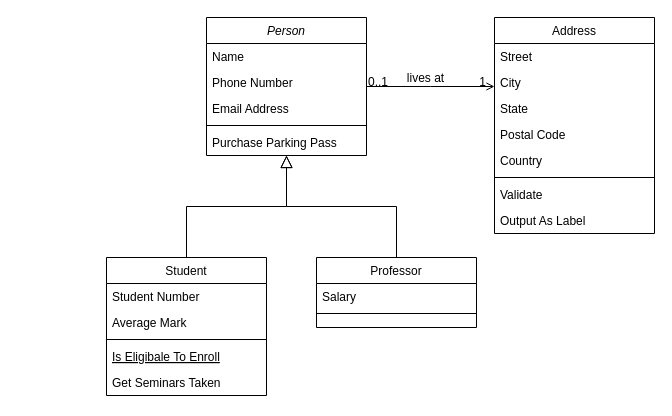
Before: Act 16 restaurante.drawio in CynthiaMaldonadoR/hello-world, a draw.io diagram. Source tidied: cells renumbered, new cells numbered last; positions are measured from the earlier drawing's top-left corner, leaving out a move shared by most shapes. Both pictures are drawn from the tidied source at 100%, with x=0, y=0 at pixel (106, 17).
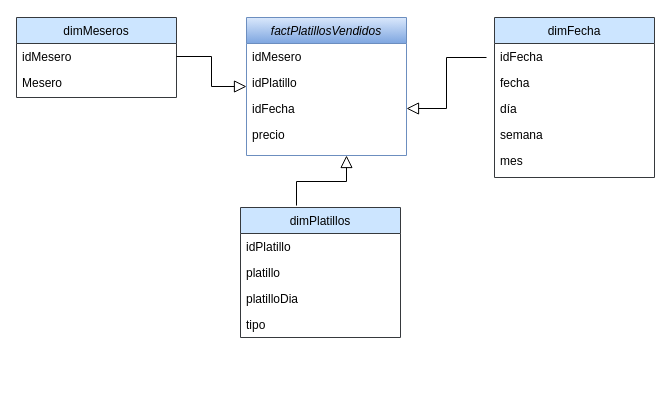
The same diagram, later.

What changed in the source:
```diff
@@
-    <mxCell id="2" value="Person" style="swimlane;fontStyle=2;align=center;verticalAlign=top;horizontal=1;startSize=26;rounded=0;shadow=0;strokeWidth=1;" parent="1" vertex="1">
-      <mxGeometry x="100" width="160" height="138" as="geometry" />
+    <mxCell id="2" value="factPlatillosVendidos" style="swimlane;fontStyle=2;align=center;verticalAlign=top;horizontal=1;startSize=26;rounded=0;shadow=0;strokeWidth=1;fillColor=#dae8fc;strokeColor=#6c8ebf;gradientColor=#7ea6e0;" parent="1" vertex="1">
+      <mxGeometry x="140" width="160" height="138" as="geometry" />
     </mxCell>
-    <mxCell id="3" value="Name" style="text;align=left;verticalAlign=top;spacingLeft=4;spacingRight=4;overflow=hidden;" parent="2" vertex="1">
+    <mxCell id="3" value="idMesero" style="text;align=left;verticalAlign=top;spacingLeft=4;spacingRight=4;overflow=hidden;" parent="2" vertex="1">
       <mxGeometry y="26" width="160" height="26" as="geometry" />
     </mxCell>
-    <mxCell id="4" value="Phone Number" style="text;align=left;verticalAlign=top;spacingLeft=4;spacingRight=4;overflow=hidden;rounded=0;shadow=0;html=0;" parent="2" vertex="1">
+    <mxCell id="4" value="idPlatillo" style="text;align=left;verticalAlign=top;spacingLeft=4;spacingRight=4;overflow=hidden;rounded=0;shadow=0;html=0;" parent="2" vertex="1">
       <mxGeometry y="52" width="160" height="26" as="geometry" />
     </mxCell>
-    <mxCell id="5" value="Email Address" style="text;align=left;verticalAlign=top;spacingLeft=4;spacingRight=4;overflow=hidden;points=[[0,0.5],[1,0.5]];portConstraint=eastwest;rounded=0;shadow=0;html=0;" parent="2" vertex="1">
+    <mxCell id="5" value="idFecha" style="text;align=left;verticalAlign=top;spacingLeft=4;spacingRight=4;overflow=hidden;points=[[0,0.5],[1,0.5]];portConstraint=eastwest;rounded=0;shadow=0;html=0;" parent="2" vertex="1">
       <mxGeometry y="78" width="160" height="26" as="geometry" />
     </mxCell>
-    <mxCell id="6" style="line;html=1;strokeWidth=1;align=left;verticalAlign=middle;spacingTop=-1;spacingLeft=3;spacingRight=3;labelPosition=right;" parent="2" vertex="1">
-      <mxGeometry y="104" width="160" height="8" as="geometry" />
-    </mxCell>
-    <mxCell id="7" value="Purchase Parking Pass" style="text;align=left;verticalAlign=top;spacingLeft=4;spacingRight=4;overflow=hidden;" parent="2" vertex="1">
-      <mxGeometry y="112" width="160" height="26" as="geometry" />
+    <mxCell id="7" value="precio" style="text;align=left;verticalAlign=top;spacingLeft=4;spacingRight=4;overflow=hidden;" parent="2" vertex="1">
+      <mxGeometry y="104" width="160" height="26" as="geometry" />
     </mxCell>
-    <mxCell id="8" value="Student" style="swimlane;fontStyle=0;align=center;verticalAlign=top;horizontal=1;startSize=26;rounded=0;shadow=0;strokeWidth=1;" parent="1" vertex="1">
-      <mxGeometry y="240" width="160" height="138" as="geometry" />
+    <mxCell id="8" value="dimMeseros" style="swimlane;fontStyle=0;align=center;verticalAlign=top;horizontal=1;startSize=26;rounded=0;shadow=0;strokeWidth=1;fillColor=#cce5ff;strokeColor=#36393d;" parent="1" vertex="1">
+      <mxGeometry x="-90" width="160" height="80" as="geometry" />
     </mxCell>
-    <mxCell id="9" value="Student Number" style="text;align=left;verticalAlign=top;spacingLeft=4;spacingRight=4;overflow=hidden;points=[[0,0.5],[1,0.5]];portConstraint=eastwest;" parent="8" vertex="1">
+    <mxCell id="9" value="idMesero" style="text;align=left;verticalAlign=top;spacingLeft=4;spacingRight=4;overflow=hidden;points=[[0,0.5],[1,0.5]];portConstraint=eastwest;" parent="8" vertex="1">
       <mxGeometry y="26" width="160" height="26" as="geometry" />
     </mxCell>
-    <mxCell id="10" value="Average Mark" style="text;align=left;verticalAlign=top;spacingLeft=4;spacingRight=4;overflow=hidden;rounded=0;shadow=0;html=0;" parent="8" vertex="1">
+    <mxCell id="10" value="Mesero" style="text;align=left;verticalAlign=top;spacingLeft=4;spacingRight=4;overflow=hidden;rounded=0;shadow=0;html=0;" parent="8" vertex="1">
       <mxGeometry y="52" width="160" height="26" as="geometry" />
     </mxCell>
-    <mxCell id="11" style="line;html=1;strokeWidth=1;align=left;verticalAlign=middle;spacingTop=-1;spacingLeft=3;spacingRight=3;labelPosition=right;" parent="8" vertex="1">
-      <mxGeometry y="78" width="160" height="8" as="geometry" />
-    </mxCell>
-    <mxCell id="12" value="Is Eligibale To Enroll" style="text;align=left;verticalAlign=top;spacingLeft=4;spacingRight=4;overflow=hidden;fontStyle=4;" parent="8" vertex="1">
-      <mxGeometry y="86" width="160" height="26" as="geometry" />
-    </mxCell>
-    <mxCell id="13" value="Get Seminars Taken" style="text;align=left;verticalAlign=top;spacingLeft=4;spacingRight=4;overflow=hidden;" parent="8" vertex="1">
-      <mxGeometry y="112" width="160" height="26" as="geometry" />
-    </mxCell>
-    <mxCell id="14" style="endArrow=block;endSize=10;endFill=0;shadow=0;strokeWidth=1;rounded=0;edgeStyle=elbowEdgeStyle;elbow=vertical;" parent="1" edge="1" source="8" target="2">
+    <mxCell id="14" style="endArrow=block;endSize=10;endFill=0;shadow=0;strokeWidth=1;rounded=0;edgeStyle=elbowEdgeStyle;exitX=1;exitY=0.5;exitDx=0;exitDy=0;" parent="1" edge="1" source="9" target="2">
       <mxGeometry relative="1" as="geometry" />
     </mxCell>
-    <mxCell id="15" value="Professor" style="swimlane;fontStyle=0;align=center;verticalAlign=top;horizontal=1;startSize=26;rounded=0;shadow=0;strokeWidth=1;" parent="1" vertex="1">
-      <mxGeometry x="210" y="240" width="160" height="70" as="geometry" />
+    <mxCell id="15" value="dimPlatillos" style="swimlane;fontStyle=0;align=center;verticalAlign=top;horizontal=1;startSize=26;rounded=0;shadow=0;strokeWidth=1;fillColor=#cce5ff;strokeColor=#36393d;" parent="1" vertex="1">
+      <mxGeometry x="134" y="190" width="160" height="130" as="geometry" />
     </mxCell>
-    <mxCell id="16" value="Salary" style="text;align=left;verticalAlign=top;spacingLeft=4;spacingRight=4;overflow=hidden;" parent="15" vertex="1">
+    <mxCell id="16" value="idPlatillo" style="text;align=left;verticalAlign=top;spacingLeft=4;spacingRight=4;overflow=hidden;" parent="15" vertex="1">
       <mxGeometry y="26" width="160" height="26" as="geometry" />
     </mxCell>
-    <mxCell id="17" style="line;html=1;strokeWidth=1;align=left;verticalAlign=middle;spacingTop=-1;spacingLeft=3;spacingRight=3;labelPosition=right;" parent="15" vertex="1">
-      <mxGeometry y="52" width="160" height="8" as="geometry" />
-    </mxCell>
+    <mxCell id="26" value="platillo" style="text;align=left;verticalAlign=top;spacingLeft=4;spacingRight=4;overflow=hidden;" parent="15" vertex="1">
+      <mxGeometry y="52" width="160" height="26" as="geometry" />
+    </mxCell>
+    <mxCell id="27" value="platilloDia" style="text;align=left;verticalAlign=top;spacingLeft=4;spacingRight=4;overflow=hidden;" parent="15" vertex="1">
+      <mxGeometry y="78" width="160" height="26" as="geometry" />
+    </mxCell>
+    <mxCell id="13" value="tipo" style="text;align=left;verticalAlign=top;spacingLeft=4;spacingRight=4;overflow=hidden;" parent="15" vertex="1">
+      <mxGeometry y="104" width="160" height="26" as="geometry" />
+    </mxCell>
-    <mxCell id="18" style="endArrow=block;endSize=10;endFill=0;shadow=0;strokeWidth=1;rounded=0;edgeStyle=elbowEdgeStyle;elbow=vertical;" parent="1" edge="1" source="15" target="2">
-      <mxGeometry relative="1" as="geometry" />
+    <mxCell id="18" style="endArrow=block;endSize=10;endFill=0;shadow=0;strokeWidth=1;rounded=0;edgeStyle=elbowEdgeStyle;elbow=vertical;exitX=0.35;exitY=-0.015;exitDx=0;exitDy=0;exitPerimeter=0;" parent="1" edge="1" source="15">
+      <mxGeometry relative="1" as="geometry">
+        <mxPoint x="240" y="138" as="targetPoint" />
+        <Array as="points">
+          <mxPoint x="214" y="164" />
+        </Array>
+      </mxGeometry>
     </mxCell>
-    <mxCell id="19" value="Address" style="swimlane;fontStyle=0;align=center;verticalAlign=top;horizontal=1;startSize=26;rounded=0;shadow=0;strokeWidth=1;" parent="1" vertex="1">
-      <mxGeometry x="388" width="160" height="216" as="geometry" />
+    <mxCell id="19" value="dimFecha" style="swimlane;fontStyle=0;align=center;verticalAlign=top;horizontal=1;startSize=26;rounded=0;shadow=0;strokeWidth=1;fillColor=#cce5ff;strokeColor=#36393d;" parent="1" vertex="1">
+      <mxGeometry x="388" width="160" height="160" as="geometry" />
     </mxCell>
-    <mxCell id="20" value="Street" style="text;align=left;verticalAlign=top;spacingLeft=4;spacingRight=4;overflow=hidden;" parent="19" vertex="1">
+    <mxCell id="20" value="idFecha" style="text;align=left;verticalAlign=top;spacingLeft=4;spacingRight=4;overflow=hidden;" parent="19" vertex="1">
       <mxGeometry y="26" width="160" height="26" as="geometry" />
     </mxCell>
-    <mxCell id="21" value="City" style="text;align=left;verticalAlign=top;spacingLeft=4;spacingRight=4;overflow=hidden;rounded=0;shadow=0;html=0;" parent="19" vertex="1">
+    <mxCell id="21" value="fecha" style="text;align=left;verticalAlign=top;spacingLeft=4;spacingRight=4;overflow=hidden;rounded=0;shadow=0;html=0;" parent="19" vertex="1">
       <mxGeometry y="52" width="160" height="26" as="geometry" />
     </mxCell>
-    <mxCell id="22" value="State" style="text;align=left;verticalAlign=top;spacingLeft=4;spacingRight=4;overflow=hidden;rounded=0;shadow=0;html=0;" parent="19" vertex="1">
+    <mxCell id="22" value="día " style="text;align=left;verticalAlign=top;spacingLeft=4;spacingRight=4;overflow=hidden;rounded=0;shadow=0;html=0;" parent="19" vertex="1">
       <mxGeometry y="78" width="160" height="26" as="geometry" />
     </mxCell>
-    <mxCell id="23" value="Postal Code" style="text;align=left;verticalAlign=top;spacingLeft=4;spacingRight=4;overflow=hidden;rounded=0;shadow=0;html=0;" parent="19" vertex="1">
+    <mxCell id="23" value="semana" style="text;align=left;verticalAlign=top;spacingLeft=4;spacingRight=4;overflow=hidden;rounded=0;shadow=0;html=0;" parent="19" vertex="1">
       <mxGeometry y="104" width="160" height="26" as="geometry" />
     </mxCell>
-    <mxCell id="24" value="Country" style="text;align=left;verticalAlign=top;spacingLeft=4;spacingRight=4;overflow=hidden;rounded=0;shadow=0;html=0;" parent="19" vertex="1">
+    <mxCell id="24" value="mes" style="text;align=left;verticalAlign=top;spacingLeft=4;spacingRight=4;overflow=hidden;rounded=0;shadow=0;html=0;" parent="19" vertex="1">
       <mxGeometry y="130" width="160" height="26" as="geometry" />
     </mxCell>
-    <mxCell id="25" style="line;html=1;strokeWidth=1;align=left;verticalAlign=middle;spacingTop=-1;spacingLeft=3;spacingRight=3;labelPosition=right;" parent="19" vertex="1">
-      <mxGeometry y="156" width="160" height="8" as="geometry" />
-    </mxCell>
-    <mxCell id="26" value="Validate" style="text;align=left;verticalAlign=top;spacingLeft=4;spacingRight=4;overflow=hidden;" parent="19" vertex="1">
-      <mxGeometry y="164" width="160" height="26" as="geometry" />
-    </mxCell>
-    <mxCell id="27" value="Output As Label" style="text;align=left;verticalAlign=top;spacingLeft=4;spacingRight=4;overflow=hidden;" parent="19" vertex="1">
-      <mxGeometry y="190" width="160" height="26" as="geometry" />
-    </mxCell>
-    <mxCell id="28" style="endArrow=open;shadow=0;strokeWidth=1;rounded=0;endFill=1;edgeStyle=elbowEdgeStyle;elbow=vertical;" parent="1" edge="1" source="2" target="19">
-      <mxGeometry x="0.5" y="41" relative="1" as="geometry">
-        <mxPoint x="-40" y="32" as="offset" />
-      </mxGeometry>
-    </mxCell>
-    <mxCell id="29" value="0..1" style="align=left;verticalAlign=bottom;labelBackgroundColor=none;fontSize=12;" parent="28" vertex="1">
-      <mxGeometry x="-1" relative="1" as="geometry">
-        <mxPoint y="4" as="offset" />
-      </mxGeometry>
-    </mxCell>
-    <mxCell id="30" value="1" style="align=right;verticalAlign=bottom;labelBackgroundColor=none;fontSize=12;" parent="28" vertex="1">
-      <mxGeometry x="1" relative="1" as="geometry">
-        <mxPoint x="-7" y="4" as="offset" />
-      </mxGeometry>
-    </mxCell>
-    <mxCell id="31" value="lives at" style="text;html=1;align=center;verticalAlign=middle;labelBackgroundColor=none;rounded=0;shadow=0;strokeWidth=1;fontSize=12;" parent="28" vertex="1">
-      <mxGeometry x="0.5" y="49" relative="1" as="geometry">
-        <mxPoint x="-38" y="40" as="offset" />
-      </mxGeometry>
-    </mxCell>
+    <mxCell id="32" style="endArrow=block;endSize=10;endFill=0;shadow=0;strokeWidth=1;rounded=0;edgeStyle=elbowEdgeStyle;entryX=1;entryY=0.5;entryDx=0;entryDy=0;" parent="1" edge="1" target="5">
+      <mxGeometry relative="1" as="geometry">
+        <mxPoint x="380" y="40" as="sourcePoint" />
+      </mxGeometry>
+    </mxCell>
```
